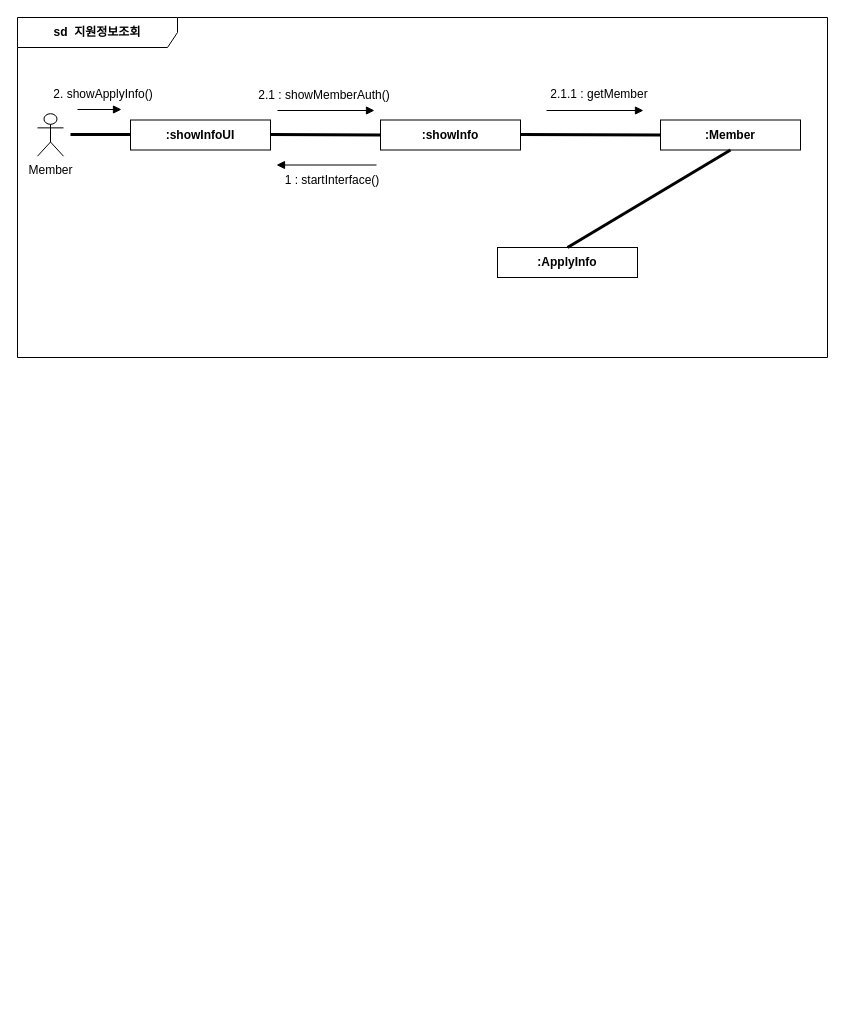
hjee02018/UML keeps this draw.io diagram as page "Page-1" (1 of 3) of classDiagram.drawio. Above is the earlier version. Source tidied: cells renumbered, new cells numbered last; positions are measured from the earlier drawing's top-left corner, leaving out a move shared by most shapes. Both pictures are drawn from the tidied source at 100%, with x=0, y=0 at pixel (17, 17).
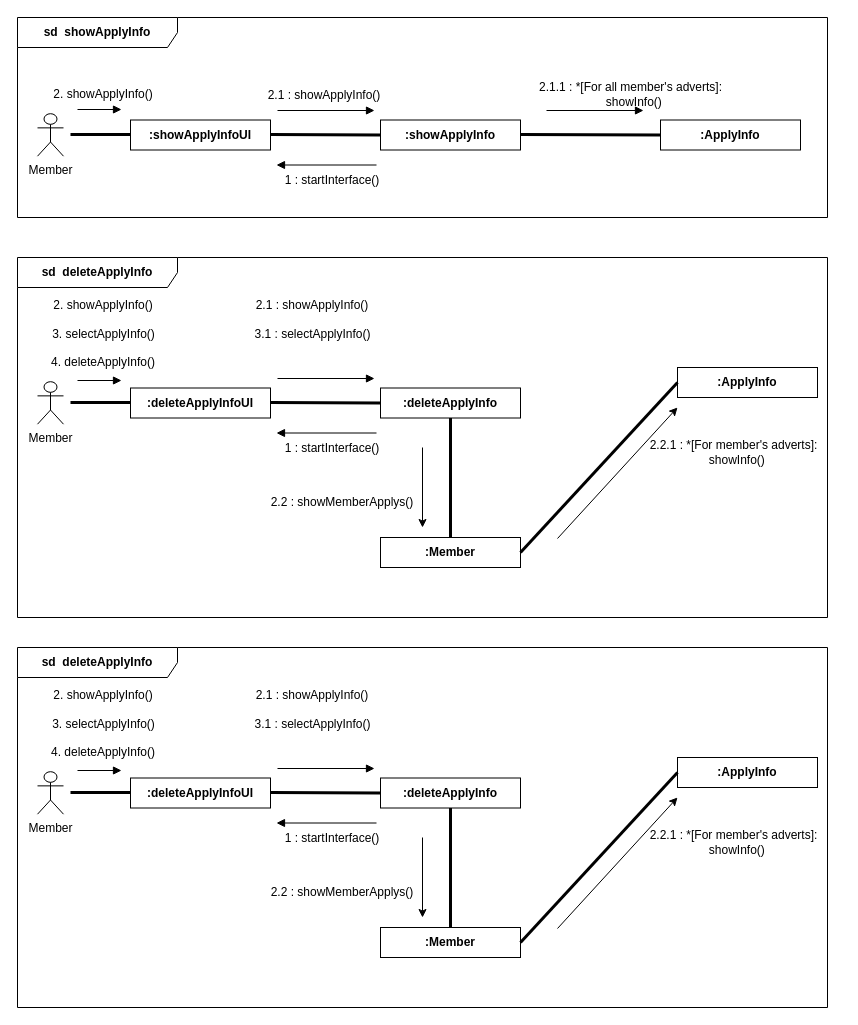
The same diagram, later.

The edit, as a diff of the source:
```diff
@@
-    <mxCell id="2" value="&lt;b&gt;sd&amp;nbsp; 지원정보조회&lt;/b&gt;" style="shape=umlFrame;whiteSpace=wrap;html=1;width=160;" parent="1" vertex="1">
-      <mxGeometry width="810" height="340" as="geometry" />
+    <mxCell id="2" value="&lt;b&gt;sd&amp;nbsp; showApplyInfo&lt;/b&gt;" style="shape=umlFrame;whiteSpace=wrap;html=1;width=160;" parent="1" vertex="1">
+      <mxGeometry width="810" height="200" as="geometry" />
     </mxCell>
@@
-    <mxCell id="4" value=":showInfoUI" style="fontStyle=1;whiteSpace=wrap;html=1;" parent="2" vertex="1">
+    <mxCell id="4" value=":&lt;b style=&quot;border-color: var(--border-color);&quot;&gt;showApplyInfo&lt;/b&gt;UI" style="fontStyle=1;whiteSpace=wrap;html=1;" parent="2" vertex="1">
       <mxGeometry x="113" y="102.5" width="140" height="30" as="geometry" />
     </mxCell>
-    <mxCell id="5" value=":Member" style="fontStyle=1;whiteSpace=wrap;html=1;" parent="2" vertex="1">
+    <mxCell id="5" value=":ApplyInfo" style="fontStyle=1;whiteSpace=wrap;html=1;" parent="2" vertex="1">
       <mxGeometry x="643" y="102.5" width="140" height="30" as="geometry" />
     </mxCell>
-    <mxCell id="6" value=":showInfo" style="fontStyle=1;whiteSpace=wrap;html=1;" parent="2" vertex="1">
+    <mxCell id="6" value=":&lt;b style=&quot;border-color: var(--border-color);&quot;&gt;showApplyInfo&lt;/b&gt;" style="fontStyle=1;whiteSpace=wrap;html=1;" parent="2" vertex="1">
       <mxGeometry x="363" y="102.5" width="140" height="30" as="geometry" />
     </mxCell>
@@
-    <mxCell id="16" value="2.1 : showMemberAuth()" style="text;html=1;strokeColor=none;fillColor=none;align=center;verticalAlign=middle;whiteSpace=wrap;rounded=0;" parent="2" vertex="1">
+    <mxCell id="16" value="2.1 : showApplyInfo()" style="text;html=1;strokeColor=none;fillColor=none;align=center;verticalAlign=middle;whiteSpace=wrap;rounded=0;" parent="2" vertex="1">
       <mxGeometry x="232" y="62.5" width="150" height="30" as="geometry" />
     </mxCell>
-    <mxCell id="17" value="2.1.1 : getMember" style="text;html=1;strokeColor=none;fillColor=none;align=center;verticalAlign=middle;whiteSpace=wrap;rounded=0;" parent="2" vertex="1">
-      <mxGeometry x="507" y="61.5" width="150" height="30" as="geometry" />
+    <mxCell id="17" value="2.1.1 : *[For all member's adverts]:&lt;br&gt;&amp;nbsp; showInfo()" style="text;html=1;strokeColor=none;fillColor=none;align=center;verticalAlign=middle;whiteSpace=wrap;rounded=0;" parent="2" vertex="1">
+      <mxGeometry x="507" y="61.5" width="213" height="30" as="geometry" />
     </mxCell>
-    <mxCell id="18" value=":ApplyInfo" style="fontStyle=1;whiteSpace=wrap;html=1;" parent="2" vertex="1">
-      <mxGeometry x="480" y="230" width="140" height="30" as="geometry" />
-    </mxCell>
-    <mxCell id="19" style="endArrow=none;startArrow=none;endFill=0;startFill=0;endSize=8;html=1;verticalAlign=bottom;labelBackgroundColor=none;strokeWidth=3;rounded=0;entryX=0.5;entryY=1;entryDx=0;entryDy=0;exitX=0.5;exitY=0;exitDx=0;exitDy=0;" parent="2" edge="1" source="18" target="5">
-      <mxGeometry relative="1" as="geometry" />
-    </mxCell>
+    <mxCell id="20" value="&lt;b&gt;sd&amp;nbsp; deleteApplyInfo&lt;/b&gt;" style="shape=umlFrame;whiteSpace=wrap;html=1;width=160;" parent="1" vertex="1">
+      <mxGeometry y="240" width="810" height="360" as="geometry" />
+    </mxCell>
+    <mxCell id="21" value="Member" style="shape=umlActor;verticalLabelPosition=bottom;verticalAlign=top;html=1;" parent="20" vertex="1">
+      <mxGeometry x="20" y="124.2" width="26" height="42.5" as="geometry" />
+    </mxCell>
+    <mxCell id="22" value=":deleteApplyInfoUI" style="fontStyle=1;whiteSpace=wrap;html=1;" parent="20" vertex="1">
+      <mxGeometry x="113" y="130.5" width="140" height="30" as="geometry" />
+    </mxCell>
+    <mxCell id="23" value=":ApplyInfo" style="fontStyle=1;whiteSpace=wrap;html=1;" parent="20" vertex="1">
+      <mxGeometry x="660" y="110" width="140" height="30" as="geometry" />
+    </mxCell>
+    <mxCell id="24" value=":deleteApplyInfo" style="fontStyle=1;whiteSpace=wrap;html=1;" parent="20" vertex="1">
+      <mxGeometry x="363" y="130.5" width="140" height="30" as="geometry" />
+    </mxCell>
+    <mxCell id="25" style="endArrow=none;startArrow=none;endFill=0;startFill=0;endSize=8;html=1;verticalAlign=bottom;labelBackgroundColor=none;strokeWidth=3;rounded=0;" parent="20" edge="1">
+      <mxGeometry relative="1" as="geometry">
+        <mxPoint x="53" y="145" as="sourcePoint" />
+        <mxPoint x="113" y="145" as="targetPoint" />
+      </mxGeometry>
+    </mxCell>
+    <mxCell id="26" style="endArrow=none;startArrow=none;endFill=0;startFill=0;endSize=8;html=1;verticalAlign=bottom;labelBackgroundColor=none;strokeWidth=3;rounded=0;entryX=0;entryY=0.5;entryDx=0;entryDy=0;" parent="20" edge="1" target="24">
+      <mxGeometry relative="1" as="geometry">
+        <mxPoint x="253" y="145" as="sourcePoint" />
+      </mxGeometry>
+    </mxCell>
+    <mxCell id="27" style="html=1;verticalAlign=bottom;labelBackgroundColor=none;endArrow=block;endFill=1;rounded=0;" parent="20" edge="1">
+      <mxGeometry relative="1" as="geometry">
+        <mxPoint x="60" y="123" as="sourcePoint" />
+        <mxPoint x="104" y="123" as="targetPoint" />
+      </mxGeometry>
+    </mxCell>
+    <mxCell id="28" style="html=1;verticalAlign=bottom;labelBackgroundColor=none;endArrow=block;endFill=1;rounded=0;" parent="20" edge="1">
+      <mxGeometry relative="1" as="geometry">
+        <mxPoint x="260" y="121" as="sourcePoint" />
+        <mxPoint x="357" y="121" as="targetPoint" />
+      </mxGeometry>
+    </mxCell>
+    <mxCell id="29" style="html=1;verticalAlign=bottom;labelBackgroundColor=none;endArrow=block;endFill=1;rounded=0;" parent="20" edge="1">
+      <mxGeometry relative="1" as="geometry">
+        <mxPoint x="359" y="175.5" as="sourcePoint" />
+        <mxPoint x="259" y="175.5" as="targetPoint" />
+      </mxGeometry>
+    </mxCell>
+    <mxCell id="30" value="1 : startInterface()" style="text;html=1;strokeColor=none;fillColor=none;align=center;verticalAlign=middle;whiteSpace=wrap;rounded=0;" parent="20" vertex="1">
+      <mxGeometry x="240" y="175.5" width="150" height="30" as="geometry" />
+    </mxCell>
+    <mxCell id="31" value="2. showApplyInfo()" style="text;html=1;strokeColor=none;fillColor=none;align=center;verticalAlign=middle;whiteSpace=wrap;rounded=0;" parent="20" vertex="1">
+      <mxGeometry x="11" y="32.5" width="150" height="30" as="geometry" />
+    </mxCell>
+    <mxCell id="32" value="2.1 : showApplyInfo()" style="text;html=1;strokeColor=none;fillColor=none;align=center;verticalAlign=middle;whiteSpace=wrap;rounded=0;" parent="20" vertex="1">
+      <mxGeometry x="220" y="32.5" width="150" height="30" as="geometry" />
+    </mxCell>
+    <mxCell id="33" value="2.2.1 : *[For member's adverts]:&lt;br&gt;&amp;nbsp; showInfo()" style="text;html=1;strokeColor=none;fillColor=none;align=center;verticalAlign=middle;whiteSpace=wrap;rounded=0;" parent="20" vertex="1">
+      <mxGeometry x="610" y="180" width="213" height="30" as="geometry" />
+    </mxCell>
+    <mxCell id="34" value="3. selectApplyInfo()" style="text;html=1;strokeColor=none;fillColor=none;align=center;verticalAlign=middle;whiteSpace=wrap;rounded=0;" parent="20" vertex="1">
+      <mxGeometry x="21.5" y="61.5" width="129" height="30" as="geometry" />
+    </mxCell>
+    <mxCell id="35" value="4. deleteApplyInfo()" style="text;html=1;strokeColor=none;fillColor=none;align=center;verticalAlign=middle;whiteSpace=wrap;rounded=0;" parent="20" vertex="1">
+      <mxGeometry x="11" y="89.5" width="150" height="30" as="geometry" />
+    </mxCell>
+    <mxCell id="36" value=":Member" style="fontStyle=1;whiteSpace=wrap;html=1;" parent="20" vertex="1">
+      <mxGeometry x="363" y="280" width="140" height="30" as="geometry" />
+    </mxCell>
+    <mxCell id="37" style="endArrow=none;startArrow=none;endFill=0;startFill=0;endSize=8;html=1;verticalAlign=bottom;labelBackgroundColor=none;strokeWidth=3;rounded=0;exitX=0.5;exitY=1;exitDx=0;exitDy=0;entryX=0.5;entryY=0;entryDx=0;entryDy=0;" parent="20" edge="1" source="24" target="36">
+      <mxGeometry relative="1" as="geometry" />
+    </mxCell>
+    <mxCell id="38" value="2.2 : showMemberApplys()" style="text;html=1;strokeColor=none;fillColor=none;align=center;verticalAlign=middle;whiteSpace=wrap;rounded=0;" parent="20" vertex="1">
+      <mxGeometry x="250" y="230" width="150" height="30" as="geometry" />
+    </mxCell>
+    <mxCell id="39" style="endArrow=classic;html=1;rounded=0;" parent="20" edge="1">
+      <mxGeometry relative="1" as="geometry">
+        <mxPoint x="405" y="190" as="sourcePoint" />
+        <mxPoint x="405" y="270" as="targetPoint" />
+      </mxGeometry>
+    </mxCell>
+    <mxCell id="40" style="endArrow=none;startArrow=none;endFill=0;startFill=0;endSize=8;html=1;verticalAlign=bottom;labelBackgroundColor=none;strokeWidth=3;rounded=0;entryX=0;entryY=0.5;entryDx=0;entryDy=0;exitX=1;exitY=0.5;exitDx=0;exitDy=0;" parent="20" edge="1" source="36" target="23">
+      <mxGeometry relative="1" as="geometry" />
+    </mxCell>
+    <mxCell id="41" style="endArrow=classic;html=1;rounded=0;" parent="20" edge="1">
+      <mxGeometry relative="1" as="geometry">
+        <mxPoint x="540" y="281" as="sourcePoint" />
+        <mxPoint x="660" y="150" as="targetPoint" />
+      </mxGeometry>
+    </mxCell>
+    <mxCell id="42" value="3.1 : selectApplyInfo()" style="text;html=1;strokeColor=none;fillColor=none;align=center;verticalAlign=middle;whiteSpace=wrap;rounded=0;" parent="20" vertex="1">
+      <mxGeometry x="230.5" y="61.5" width="129" height="30" as="geometry" />
+    </mxCell>
+    <mxCell id="43" value="&lt;b&gt;sd&amp;nbsp; deleteApplyInfo&lt;/b&gt;" style="shape=umlFrame;whiteSpace=wrap;html=1;width=160;" parent="1" vertex="1">
+      <mxGeometry y="630" width="810" height="360" as="geometry" />
+    </mxCell>
+    <mxCell id="44" value="Member" style="shape=umlActor;verticalLabelPosition=bottom;verticalAlign=top;html=1;" parent="43" vertex="1">
+      <mxGeometry x="20" y="124.2" width="26" height="42.5" as="geometry" />
+    </mxCell>
+    <mxCell id="45" value=":deleteApplyInfoUI" style="fontStyle=1;whiteSpace=wrap;html=1;" parent="43" vertex="1">
+      <mxGeometry x="113" y="130.5" width="140" height="30" as="geometry" />
+    </mxCell>
+    <mxCell id="46" value=":ApplyInfo" style="fontStyle=1;whiteSpace=wrap;html=1;" parent="43" vertex="1">
+      <mxGeometry x="660" y="110" width="140" height="30" as="geometry" />
+    </mxCell>
+    <mxCell id="47" value=":deleteApplyInfo" style="fontStyle=1;whiteSpace=wrap;html=1;" parent="43" vertex="1">
+      <mxGeometry x="363" y="130.5" width="140" height="30" as="geometry" />
+    </mxCell>
+    <mxCell id="48" style="endArrow=none;startArrow=none;endFill=0;startFill=0;endSize=8;html=1;verticalAlign=bottom;labelBackgroundColor=none;strokeWidth=3;rounded=0;" parent="43" edge="1">
+      <mxGeometry relative="1" as="geometry">
+        <mxPoint x="53" y="145" as="sourcePoint" />
+        <mxPoint x="113" y="145" as="targetPoint" />
+      </mxGeometry>
+    </mxCell>
+    <mxCell id="49" style="endArrow=none;startArrow=none;endFill=0;startFill=0;endSize=8;html=1;verticalAlign=bottom;labelBackgroundColor=none;strokeWidth=3;rounded=0;entryX=0;entryY=0.5;entryDx=0;entryDy=0;" parent="43" edge="1" target="47">
+      <mxGeometry relative="1" as="geometry">
+        <mxPoint x="253" y="145" as="sourcePoint" />
+      </mxGeometry>
+    </mxCell>
+    <mxCell id="50" style="html=1;verticalAlign=bottom;labelBackgroundColor=none;endArrow=block;endFill=1;rounded=0;" parent="43" edge="1">
+      <mxGeometry relative="1" as="geometry">
+        <mxPoint x="60" y="123" as="sourcePoint" />
+        <mxPoint x="104" y="123" as="targetPoint" />
+      </mxGeometry>
+    </mxCell>
+    <mxCell id="51" style="html=1;verticalAlign=bottom;labelBackgroundColor=none;endArrow=block;endFill=1;rounded=0;" parent="43" edge="1">
+      <mxGeometry relative="1" as="geometry">
+        <mxPoint x="260" y="121" as="sourcePoint" />
+        <mxPoint x="357" y="121" as="targetPoint" />
+      </mxGeometry>
+    </mxCell>
+    <mxCell id="52" style="html=1;verticalAlign=bottom;labelBackgroundColor=none;endArrow=block;endFill=1;rounded=0;" parent="43" edge="1">
+      <mxGeometry relative="1" as="geometry">
+        <mxPoint x="359" y="175.5" as="sourcePoint" />
+        <mxPoint x="259" y="175.5" as="targetPoint" />
+      </mxGeometry>
+    </mxCell>
+    <mxCell id="53" value="1 : startInterface()" style="text;html=1;strokeColor=none;fillColor=none;align=center;verticalAlign=middle;whiteSpace=wrap;rounded=0;" parent="43" vertex="1">
+      <mxGeometry x="240" y="175.5" width="150" height="30" as="geometry" />
+    </mxCell>
+    <mxCell id="54" value="2. showApplyInfo()" style="text;html=1;strokeColor=none;fillColor=none;align=center;verticalAlign=middle;whiteSpace=wrap;rounded=0;" parent="43" vertex="1">
+      <mxGeometry x="11" y="32.5" width="150" height="30" as="geometry" />
+    </mxCell>
+    <mxCell id="55" value="2.1 : showApplyInfo()" style="text;html=1;strokeColor=none;fillColor=none;align=center;verticalAlign=middle;whiteSpace=wrap;rounded=0;" parent="43" vertex="1">
+      <mxGeometry x="220" y="32.5" width="150" height="30" as="geometry" />
+    </mxCell>
+    <mxCell id="56" value="2.2.1 : *[For member's adverts]:&lt;br&gt;&amp;nbsp; showInfo()" style="text;html=1;strokeColor=none;fillColor=none;align=center;verticalAlign=middle;whiteSpace=wrap;rounded=0;" parent="43" vertex="1">
+      <mxGeometry x="610" y="180" width="213" height="30" as="geometry" />
+    </mxCell>
+    <mxCell id="57" value="3. selectApplyInfo()" style="text;html=1;strokeColor=none;fillColor=none;align=center;verticalAlign=middle;whiteSpace=wrap;rounded=0;" parent="43" vertex="1">
+      <mxGeometry x="21.5" y="61.5" width="129" height="30" as="geometry" />
+    </mxCell>
+    <mxCell id="58" value="4. deleteApplyInfo()" style="text;html=1;strokeColor=none;fillColor=none;align=center;verticalAlign=middle;whiteSpace=wrap;rounded=0;" parent="43" vertex="1">
+      <mxGeometry x="11" y="89.5" width="150" height="30" as="geometry" />
+    </mxCell>
+    <mxCell id="59" value=":Member" style="fontStyle=1;whiteSpace=wrap;html=1;" parent="43" vertex="1">
+      <mxGeometry x="363" y="280" width="140" height="30" as="geometry" />
+    </mxCell>
+    <mxCell id="60" style="endArrow=none;startArrow=none;endFill=0;startFill=0;endSize=8;html=1;verticalAlign=bottom;labelBackgroundColor=none;strokeWidth=3;rounded=0;exitX=0.5;exitY=1;exitDx=0;exitDy=0;entryX=0.5;entryY=0;entryDx=0;entryDy=0;" parent="43" edge="1" source="47" target="59">
+      <mxGeometry relative="1" as="geometry" />
+    </mxCell>
+    <mxCell id="61" value="2.2 : showMemberApplys()" style="text;html=1;strokeColor=none;fillColor=none;align=center;verticalAlign=middle;whiteSpace=wrap;rounded=0;" parent="43" vertex="1">
+      <mxGeometry x="250" y="230" width="150" height="30" as="geometry" />
+    </mxCell>
+    <mxCell id="62" style="endArrow=classic;html=1;rounded=0;" parent="43" edge="1">
+      <mxGeometry relative="1" as="geometry">
+        <mxPoint x="405" y="190" as="sourcePoint" />
+        <mxPoint x="405" y="270" as="targetPoint" />
+      </mxGeometry>
+    </mxCell>
+    <mxCell id="63" style="endArrow=none;startArrow=none;endFill=0;startFill=0;endSize=8;html=1;verticalAlign=bottom;labelBackgroundColor=none;strokeWidth=3;rounded=0;entryX=0;entryY=0.5;entryDx=0;entryDy=0;exitX=1;exitY=0.5;exitDx=0;exitDy=0;" parent="43" edge="1" source="59" target="46">
+      <mxGeometry relative="1" as="geometry" />
+    </mxCell>
+    <mxCell id="64" style="endArrow=classic;html=1;rounded=0;" parent="43" edge="1">
+      <mxGeometry relative="1" as="geometry">
+        <mxPoint x="540" y="281" as="sourcePoint" />
+        <mxPoint x="660" y="150" as="targetPoint" />
+      </mxGeometry>
+    </mxCell>
+    <mxCell id="65" value="3.1 : selectApplyInfo()" style="text;html=1;strokeColor=none;fillColor=none;align=center;verticalAlign=middle;whiteSpace=wrap;rounded=0;" parent="43" vertex="1">
+      <mxGeometry x="230.5" y="61.5" width="129" height="30" as="geometry" />
+    </mxCell>
```
